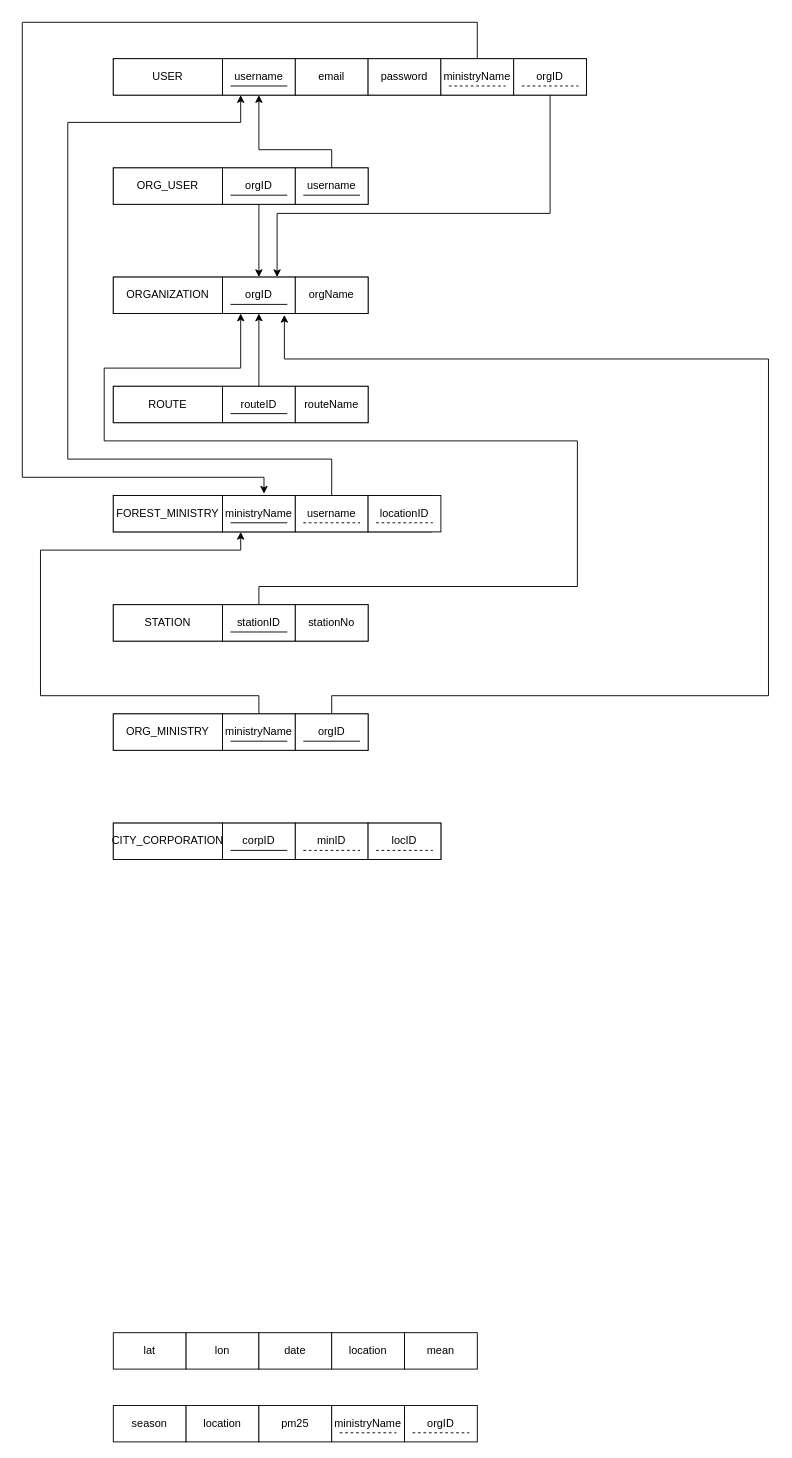
Before: z-design/RELATIONAL_SCHEMA.drawio in zorojuro75/CSE303-sec-03-Group-03, a draw.io diagram. Source tidied: cells renumbered, new cells numbered last; positions are measured from the earlier drawing's top-left corner, leaving out a move shared by most shapes. Both pictures are drawn from the tidied source at 91%, with x=0, y=0 at pixel (22, 22).
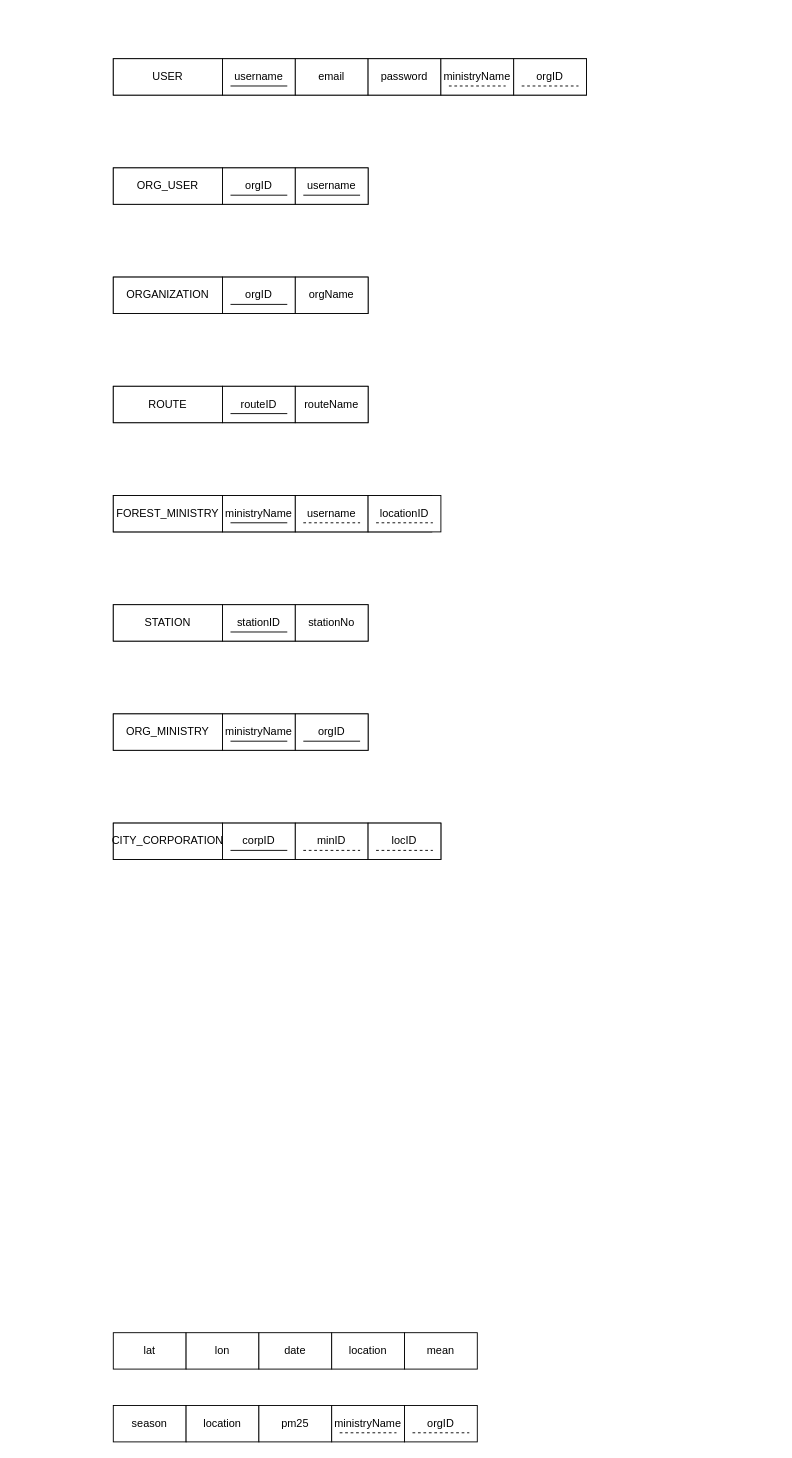
The same diagram, later.

The change refers to these unchanged cells:
```xml
<mxCell id="4" value="username" style="rounded=0;whiteSpace=wrap;html=1;" parent="1" vertex="1">
  <mxGeometry x="220" y="40" width="80" height="40" as="geometry" />
</mxCell>
<mxCell id="9" value="orgID" style="rounded=0;whiteSpace=wrap;html=1;" parent="1" vertex="1">
  <mxGeometry x="220" y="280" width="80" height="40" as="geometry" />
</mxCell>
<mxCell id="14" value="routeID" style="rounded=0;whiteSpace=wrap;html=1;" parent="1" vertex="1">
  <mxGeometry x="220" y="400" width="80" height="40" as="geometry" />
</mxCell>
<mxCell id="18" value="ministryName" style="rounded=0;whiteSpace=wrap;html=1;" parent="1" vertex="1">
  <mxGeometry x="220" y="520" width="80" height="40" as="geometry" />
</mxCell>
<mxCell id="20" value="username" style="rounded=0;whiteSpace=wrap;html=1;" parent="1" vertex="1">
  <mxGeometry x="300" y="520" width="80" height="40" as="geometry" />
</mxCell>
<mxCell id="24" value="stationID" style="rounded=0;whiteSpace=wrap;html=1;" parent="1" vertex="1">
  <mxGeometry x="220" y="640" width="80" height="40" as="geometry" />
</mxCell>
<mxCell id="37" value="ministryName" style="rounded=0;whiteSpace=wrap;html=1;" parent="1" vertex="1">
  <mxGeometry x="220" y="760" width="80" height="40" as="geometry" />
</mxCell>
<mxCell id="40" value="orgID" style="rounded=0;whiteSpace=wrap;html=1;" parent="1" vertex="1">
  <mxGeometry x="300" y="760" width="80" height="40" as="geometry" />
</mxCell>
<mxCell id="43" value="ministryName" style="rounded=0;whiteSpace=wrap;html=1;" parent="1" vertex="1">
  <mxGeometry x="460" y="40" width="80" height="40" as="geometry" />
</mxCell>
<mxCell id="48" value="orgID" style="rounded=0;whiteSpace=wrap;html=1;" parent="1" vertex="1">
  <mxGeometry x="220" y="160" width="80" height="40" as="geometry" />
</mxCell>
<mxCell id="50" value="username" style="rounded=0;whiteSpace=wrap;html=1;" parent="1" vertex="1">
  <mxGeometry x="300" y="160" width="80" height="40" as="geometry" />
</mxCell>
<mxCell id="54" value="orgID" style="rounded=0;whiteSpace=wrap;html=1;" parent="1" vertex="1">
  <mxGeometry x="540" y="40" width="80" height="40" as="geometry" />
</mxCell>
```

Change to the diagram source:
```diff
@@
-    <mxCell id="13" style="edgeStyle=orthogonalEdgeStyle;rounded=0;jettySize=auto;html=1;exitX=0.5;exitY=0;exitDx=0;exitDy=0;entryX=0.5;entryY=1;entryDx=0;entryDy=0;" parent="1" edge="1" source="14" target="9">
-      <mxGeometry relative="1" as="geometry" />
-    </mxCell>
@@
-    <mxCell id="19" style="edgeStyle=orthogonalEdgeStyle;rounded=0;jettySize=auto;html=1;exitX=0.5;exitY=0;exitDx=0;exitDy=0;entryX=0.25;entryY=1;entryDx=0;entryDy=0;" parent="1" edge="1" source="20" target="4">
-      <mxGeometry relative="1" as="geometry">
-        <Array as="points">
-          <mxPoint x="340" y="480" />
-          <mxPoint x="50" y="480" />
-          <mxPoint x="50" y="110" />
-          <mxPoint x="240" y="110" />
-        </Array>
-      </mxGeometry>
-    </mxCell>
@@
-    <mxCell id="23" style="edgeStyle=orthogonalEdgeStyle;rounded=0;jettySize=auto;html=1;exitX=0.5;exitY=0;exitDx=0;exitDy=0;entryX=0.25;entryY=1;entryDx=0;entryDy=0;" parent="1" edge="1" source="24" target="9">
-      <mxGeometry relative="1" as="geometry">
-        <Array as="points">
-          <mxPoint x="260" y="620" />
-          <mxPoint x="610" y="620" />
-          <mxPoint x="610" y="460" />
-          <mxPoint x="90" y="460" />
-          <mxPoint x="90" y="380" />
-          <mxPoint x="240" y="380" />
-        </Array>
-      </mxGeometry>
-    </mxCell>
@@
-    <mxCell id="36" style="edgeStyle=orthogonalEdgeStyle;rounded=0;jettySize=auto;html=1;exitX=0.5;exitY=0;exitDx=0;exitDy=0;entryX=0.25;entryY=1;entryDx=0;entryDy=0;" parent="1" edge="1" source="37" target="18">
-      <mxGeometry relative="1" as="geometry">
-        <Array as="points">
-          <mxPoint x="260" y="740" />
-          <mxPoint x="20" y="740" />
-          <mxPoint x="20" y="580" />
-          <mxPoint x="240" y="580" />
-        </Array>
-      </mxGeometry>
-    </mxCell>
@@
-    <mxCell id="39" style="edgeStyle=orthogonalEdgeStyle;rounded=0;jettySize=auto;html=1;exitX=0.5;exitY=0;exitDx=0;exitDy=0;entryX=0.85;entryY=1.039;entryDx=0;entryDy=0;entryPerimeter=0;" parent="1" edge="1" source="40" target="9">
-      <mxGeometry relative="1" as="geometry">
-        <Array as="points">
-          <mxPoint x="340" y="740" />
-          <mxPoint x="820" y="740" />
-          <mxPoint x="820" y="370" />
-          <mxPoint x="288" y="370" />
-        </Array>
-      </mxGeometry>
-    </mxCell>
@@
-    <mxCell id="42" style="edgeStyle=orthogonalEdgeStyle;rounded=0;jettySize=auto;html=1;exitX=0.5;exitY=0;exitDx=0;exitDy=0;startArrow=none;startFill=0;endArrow=classic;endFill=1;entryX=0.57;entryY=-0.05;entryDx=0;entryDy=0;entryPerimeter=0;" parent="1" edge="1" source="43" target="18">
-      <mxGeometry relative="1" as="geometry">
-        <Array as="points">
-          <mxPoint x="500" />
-          <mxPoint />
-          <mxPoint y="500" />
-          <mxPoint x="266" y="500" />
-        </Array>
-      </mxGeometry>
-    </mxCell>
@@
-    <mxCell id="47" style="edgeStyle=orthogonalEdgeStyle;rounded=0;jettySize=auto;html=1;exitX=0.5;exitY=1;exitDx=0;exitDy=0;startArrow=none;startFill=0;endArrow=classic;endFill=1;" parent="1" edge="1" source="48" target="9">
-      <mxGeometry relative="1" as="geometry" />
-    </mxCell>
@@
-    <mxCell id="49" style="edgeStyle=orthogonalEdgeStyle;rounded=0;jettySize=auto;html=1;exitX=0.5;exitY=0;exitDx=0;exitDy=0;startArrow=none;startFill=0;endArrow=classic;endFill=1;" parent="1" edge="1" source="50">
-      <mxGeometry relative="1" as="geometry">
-        <mxPoint x="260" y="80" as="targetPoint" />
-        <Array as="points">
-          <mxPoint x="340" y="140" />
-          <mxPoint x="260" y="140" />
-        </Array>
-      </mxGeometry>
-    </mxCell>
@@
-    <mxCell id="53" style="edgeStyle=orthogonalEdgeStyle;rounded=0;jettySize=auto;html=1;exitX=0.5;exitY=1;exitDx=0;exitDy=0;entryX=0.75;entryY=0;entryDx=0;entryDy=0;" parent="1" edge="1" source="54" target="9">
-      <mxGeometry relative="1" as="geometry">
-        <Array as="points">
-          <mxPoint x="580" y="210" />
-          <mxPoint x="280" y="210" />
-        </Array>
-      </mxGeometry>
-    </mxCell>
```
